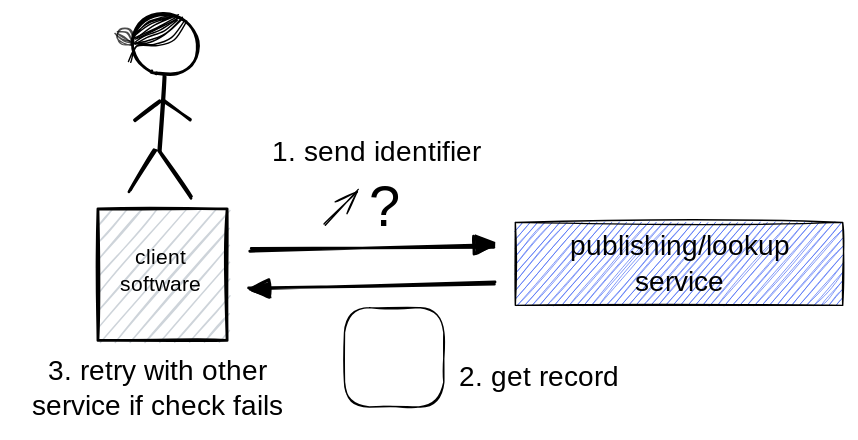
Above: images/retrieving.svg in tkuhn/knowledge-space (Excalidraw), before the change. Source tidied: one line per element, renumbered; positions are measured from the earlier drawing's top-left corner, leaving out a move shared by most shapes. Source of this version:
```json
{"id": 0, "type": "arrow", "strokeColor": "#000000", "strokeWidth": 2, "roughness": 1, "startArrowhead": "triangle", "round": true, "from": 1, "to": 27, "x": 168, "y": 196, "width": 175, "height": 5, "points": [[0, 0], [175, -5]]}
{"id": 1, "type": "rectangle", "strokeColor": "#000000", "backgroundColor": "#ced4da", "fillStyle": "hachure", "strokeWidth": 2, "roughness": 1, "x": 60, "y": 139, "width": 92, "height": 94}
{"id": 2, "type": "text", "text": "client\nsoftware", "strokeColor": "#000000", "backgroundColor": "#ced4da", "fillStyle": "hachure", "strokeWidth": 2, "roughness": 1, "fontSize": 15.0, "fontFamily": 1, "textAlign": "center", "verticalAlign": "middle", "x": 71, "y": 164, "width": 66, "height": 40}
{"id": 3, "type": "arrow", "strokeColor": "#000000", "strokeWidth": 2, "roughness": 1, "endArrowhead": "triangle", "round": true, "from": 1, "to": 27, "x": 169, "y": 168, "width": 174, "height": 2, "points": [[0, 0], [174, -2]]}
{"id": 4, "type": "text", "text": "?", "strokeColor": "#000000", "backgroundColor": "#12b886", "fillStyle": "hachure", "strokeWidth": 1, "strokeStyle": "dotted", "roughness": 0, "fontSize": 40.0, "fontFamily": 1, "x": 253, "y": 115, "width": 20, "height": 52}
{"id": 5, "type": "arrow", "strokeColor": "#000000", "strokeWidth": 1, "roughness": 1, "endArrowhead": "arrow", "round": true, "to": 4, "x": 221, "y": 151, "width": 24, "height": 26, "points": [[0, 0], [24, -26]]}
{"id": 6, "type": "rectangle", "strokeColor": "#000000", "backgroundColor": "#ffffff", "fillStyle": "solid", "strokeWidth": 1, "roughness": 1, "round": true, "x": 236, "y": 210, "width": 71, "height": 71}
{"id": 7, "type": "text", "text": "1. send identifier", "strokeColor": "#000000", "strokeWidth": 1, "roughness": 1, "fontSize": 20, "fontFamily": 1, "textAlign": "center", "x": 179, "y": 87, "width": 160, "height": 25}
{"id": 8, "type": "text", "text": "2. get record", "strokeColor": "#000000", "strokeWidth": 1, "roughness": 1, "fontSize": 20, "fontFamily": 1, "x": 318, "y": 248, "width": 133, "height": 25}
{"id": 9, "type": "text", "text": "3. retry with other\nservice if check fails", "strokeColor": "#000000", "strokeWidth": 1, "roughness": 1, "fontSize": 20, "fontFamily": 1, "textAlign": "center", "x": 0, "y": 243, "width": 205, "height": 51}
{"id": 10, "type": "ellipse", "strokeColor": "#000000", "angle": 3.54, "strokeWidth": 2, "roughness": 1, "x": 85, "y": 0, "width": 47, "height": 43}
{"id": 11, "type": "line", "strokeColor": "#000000", "backgroundColor": "#ced4da", "fillStyle": "solid", "strokeWidth": 2, "roughness": 1, "round": true, "x": 107, "y": 45, "width": 2, "height": 53, "points": [[0, 0], [-2, 53]]}
{"id": 12, "type": "line", "strokeColor": "#000000", "backgroundColor": "#ced4da", "fillStyle": "solid", "strokeWidth": 2, "roughness": 1, "round": true, "x": 105, "y": 98, "width": 21, "height": 32, "points": [[0, 0], [21, 32]]}
{"id": 13, "type": "line", "strokeColor": "#000000", "backgroundColor": "#ced4da", "fillStyle": "solid", "strokeWidth": 2, "roughness": 1, "round": true, "x": 101, "y": 96, "width": 18, "height": 30, "points": [[0, 0], [-18, 30]]}
{"id": 14, "type": "line", "strokeColor": "#000000", "backgroundColor": "#ced4da", "fillStyle": "solid", "strokeWidth": 2, "roughness": 1, "round": true, "x": 86, "y": 76, "width": 19, "height": 14, "points": [[0, 0], [19, -14]]}
{"id": 15, "type": "line", "strokeColor": "#000000", "backgroundColor": "#ced4da", "fillStyle": "solid", "strokeWidth": 2, "roughness": 1, "round": true, "x": 106, "y": 62, "width": 19, "height": 14, "points": [[0, 0], [19, 14]]}
{"id": 16, "type": "line", "strokeColor": "#000000", "strokeWidth": 1, "roughness": 1, "round": true, "x": 122, "y": 4, "width": 39, "height": 29, "points": [[0, 0], [-8, 13], [-21, 19], [-33, 19], [-39, 29]]}
{"id": 17, "type": "line", "strokeColor": "#000000", "strokeWidth": 1, "roughness": 1, "round": true, "x": 119, "y": 3, "width": 34, "height": 19, "points": [[0, 0], [-11, 11], [-24, 17], [-34, 19]]}
{"id": 18, "type": "line", "strokeColor": "#000000", "strokeWidth": 1, "roughness": 1, "round": true, "x": 117, "y": 1, "width": 30, "height": 15, "points": [[0, 0], [-18, 6], [-30, 15]]}
{"id": 19, "type": "line", "strokeColor": "#000000", "strokeWidth": 1, "roughness": 1, "round": true, "x": 118, "y": 3, "width": 32, "height": 16, "points": [[0, 0], [-12, 9], [-25, 14], [-32, 16]]}
{"id": 20, "type": "line", "strokeColor": "#000000", "strokeWidth": 1, "roughness": 1, "round": true, "x": 117, "y": 2, "width": 31, "height": 15, "points": [[0, 0], [-15, 8], [-31, 15]]}
{"id": 21, "type": "line", "strokeColor": "#000000", "strokeWidth": 1, "roughness": 1, "round": true, "x": 114, "y": 1, "width": 26, "height": 13, "points": [[0, 0], [-17, 5], [-26, 13]]}
{"id": 22, "type": "line", "strokeColor": "#000000", "strokeWidth": 1, "roughness": 1, "opacity": 70, "round": true, "x": 84, "y": 22, "width": 13, "height": 11, "points": [[0, 0], [-7, -1], [-11, -5], [-9, -11], [-2, -11], [2, -5]]}
{"id": 23, "type": "line", "strokeColor": "#000000", "strokeWidth": 1, "roughness": 1, "opacity": 70, "round": true, "x": 72, "y": 14, "width": 12, "height": 6, "points": [[0, 0], [5, 5], [12, 6]]}
{"id": 24, "type": "line", "strokeColor": "#000000", "strokeWidth": 1, "roughness": 1, "opacity": 70, "round": true, "x": 74, "y": 12, "width": 10, "height": 6, "points": [[0, 0], [7, 1], [10, 6]]}
{"id": 25, "type": "line", "strokeColor": "#000000", "strokeWidth": 1, "roughness": 1, "opacity": 70, "round": true, "x": 74, "y": 14, "width": 10, "height": 6, "points": [[0, 0], [4, 3], [10, 6]]}
{"id": 26, "type": "rectangle", "strokeColor": "transparent", "backgroundColor": "#ffffff", "fillStyle": "solid", "strokeWidth": 1, "roughness": 1, "x": 359, "y": 151, "width": 234, "height": 59}
{"id": 27, "type": "rectangle", "strokeColor": "#000000", "backgroundColor": "#4c6ef5", "fillStyle": "hachure", "strokeWidth": 1, "roughness": 1, "x": 358, "y": 149, "width": 234, "height": 59}
{"id": 28, "type": "text", "text": "publishing/lookup\nservice", "strokeColor": "#000000", "backgroundColor": "#228be6", "fillStyle": "solid", "strokeWidth": 1, "roughness": 1, "fontSize": 20, "fontFamily": 1, "textAlign": "center", "x": 399, "y": 154, "width": 154, "height": 52}
```
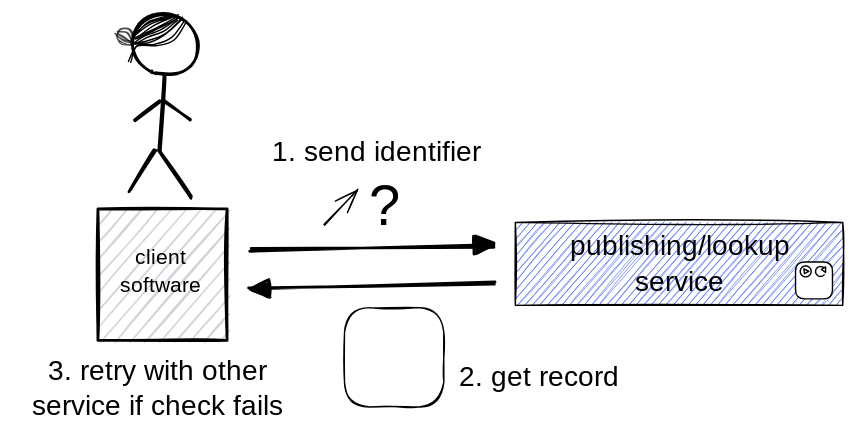
After the change.

What changed in the source:
```diff
@@ -27,3 +27,9 @@
 {"id": 26, "type": "rectangle", "strokeColor": "transparent", "backgroundColor": "#ffffff", "fillStyle": "solid", "strokeWidth": 1, "roughness": 1, "x": 359, "y": 151, "width": 234, "height": 59}
 {"id": 27, "type": "rectangle", "strokeColor": "#000000", "backgroundColor": "#4c6ef5", "fillStyle": "hachure", "strokeWidth": 1, "roughness": 1, "x": 358, "y": 149, "width": 234, "height": 59}
 {"id": 28, "type": "text", "text": "publishing/lookup\nservice", "strokeColor": "#000000", "backgroundColor": "#228be6", "fillStyle": "solid", "strokeWidth": 1, "roughness": 1, "fontSize": 20, "fontFamily": 1, "textAlign": "center", "x": 399, "y": 154, "width": 154, "height": 52}
+{"id": 29, "type": "rectangle", "strokeColor": "#000000", "backgroundColor": "#ffffff", "fillStyle": "solid", "strokeWidth": 1, "roughness": 0, "round": true, "x": 558, "y": 177, "width": 26, "height": 26}
+{"id": 30, "type": "ellipse", "strokeColor": "#000000", "backgroundColor": "#fff", "fillStyle": "solid", "strokeWidth": 1, "roughness": 0, "x": 562, "y": 180, "width": 8, "height": 8}
+{"id": 31, "type": "line", "strokeColor": "#000000", "backgroundColor": "#fff", "fillStyle": "solid", "strokeWidth": 1, "roughness": 0, "x": 564, "y": 182, "width": 4, "height": 4, "points": [[0, 0], [0, 4], [4, 2], [0, 0]]}
+{"id": 32, "type": "ellipse", "strokeColor": "#000000", "strokeWidth": 1, "roughness": 0, "x": 573, "y": 180, "width": 7, "height": 7}
+{"id": 33, "type": "ellipse", "strokeColor": "transparent", "backgroundColor": "#ffffff", "fillStyle": "solid", "strokeWidth": 1, "roughness": 0, "x": 578, "y": 182, "width": 4, "height": 4}
+{"id": 34, "type": "line", "strokeColor": "#000000", "angle": 1.11, "backgroundColor": "#fff", "fillStyle": "solid", "strokeWidth": 1, "roughness": 0, "x": 577, "y": 181, "width": 4, "height": 4, "points": [[0, 0], [0, 4], [4, 2], [0, 0]]}
```
